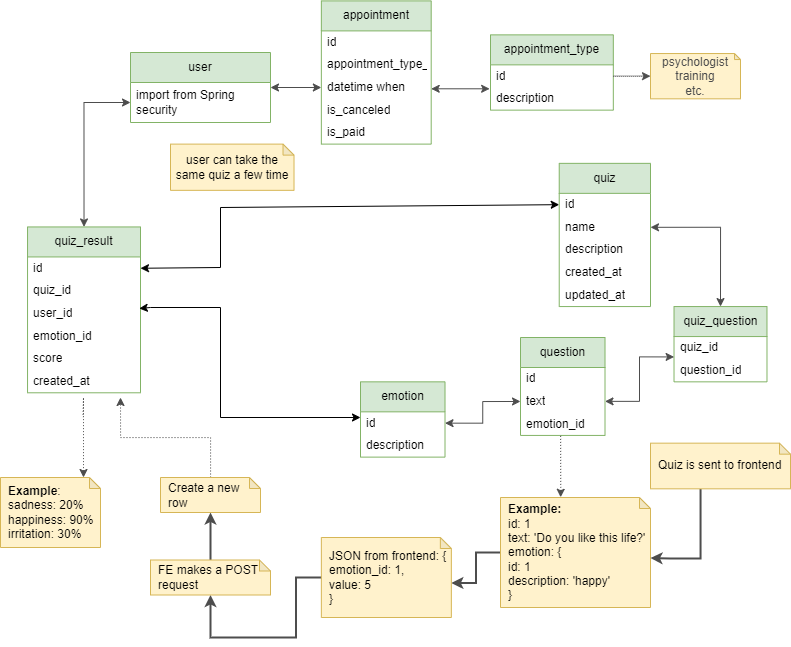
This is docs/test_diagram.drawio.png from emotional-help-competition/backend, a draw.io export, as it was before one commit. Source tidied: cells renumbered, new cells last; positions are measured from the earlier drawing's top-left corner, leaving out a move shared by most shapes.
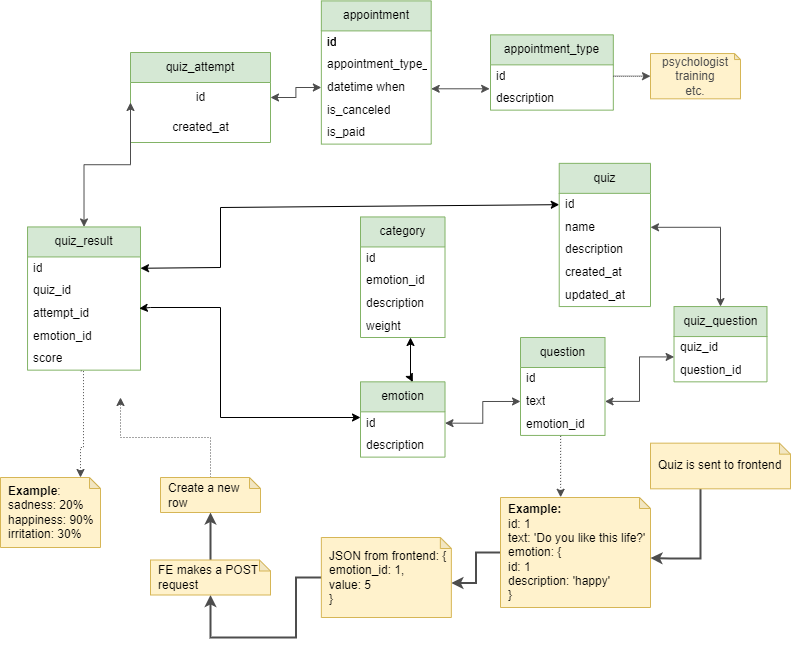
Later version of the same file.

Change to the diagram source:
```diff
@@ -2,12 +2,15 @@
   <root>
     <mxCell id="0" />
     <mxCell id="1" parent="0" />
-    <mxCell id="2" value="user" style="swimlane;fontStyle=0;horizontal=1;startSize=30;whiteSpace=wrap;html=1;fillColor=#d5e8d4;strokeColor=#82b366;" parent="1" vertex="1">
-      <mxGeometry x="130" y="52" width="140" height="70" as="geometry" />
+    <mxCell id="2" value="quiz_attempt" style="swimlane;fontStyle=0;horizontal=1;startSize=30;whiteSpace=wrap;html=1;fillColor=#d5e8d4;strokeColor=#82b366;" parent="1" vertex="1">
+      <mxGeometry x="130" y="52" width="140" height="90" as="geometry" />
     </mxCell>
-    <mxCell id="3" value="import from Spring security" style="text;strokeColor=none;fillColor=none;align=left;verticalAlign=middle;spacingLeft=4;spacingRight=4;overflow=hidden;points=[[0,0.5],[1,0.5]];portConstraint=eastwest;whiteSpace=wrap;html=1;" parent="2" vertex="1">
-      <mxGeometry y="30" width="140" height="40" as="geometry" />
-    </mxCell>
+    <mxCell id="60" value="id" style="text;html=1;align=center;verticalAlign=middle;strokeColor=none;fillColor=none;" parent="2" vertex="1">
+      <mxGeometry y="30" width="140" height="30" as="geometry" />
+    </mxCell>
+    <mxCell id="46" value="created_at" style="text;html=1;align=center;verticalAlign=middle;strokeColor=none;fillColor=none;" parent="2" vertex="1">
+      <mxGeometry y="60" width="140" height="30" as="geometry" />
+    </mxCell>
     <mxCell id="4" value="appointment" style="swimlane;fontStyle=0;horizontal=1;startSize=30;whiteSpace=wrap;html=1;fillColor=#d5e8d4;strokeColor=#82b366;" parent="1" vertex="1">
       <mxGeometry x="320.8" y="0.4" width="109.9" height="143.2" as="geometry" />
     </mxCell>
@@ -98,8 +101,10 @@
     <mxCell id="33" style="edgeStyle=orthogonalEdgeStyle;rounded=0;jettySize=auto;html=1;exitX=1;exitY=0.5;exitDx=0;exitDy=0;entryX=0;entryY=0.5;entryDx=0;entryDy=0;startArrow=classic;startFill=1;strokeColor=#4D4D4D;" parent="1" edge="1" source="31" target="24">
       <mxGeometry relative="1" as="geometry" />
     </mxCell>
-    <mxCell id="34" style="edgeStyle=orthogonalEdgeStyle;rounded=0;jettySize=auto;html=1;entryX=0.5;entryY=0;entryDx=0;entryDy=0;startArrow=classic;startFill=1;strokeColor=#4D4D4D;" parent="1" edge="1" source="3" target="40">
-      <mxGeometry relative="1" as="geometry" />
+    <mxCell id="34" style="edgeStyle=orthogonalEdgeStyle;rounded=0;jettySize=auto;html=1;entryX=0.5;entryY=0;entryDx=0;entryDy=0;startArrow=classic;startFill=1;strokeColor=#4D4D4D;" parent="1" edge="1" target="40">
+      <mxGeometry relative="1" as="geometry">
+        <mxPoint x="130" y="102" as="sourcePoint" />
+      </mxGeometry>
     </mxCell>
     <mxCell id="35" style="edgeStyle=orthogonalEdgeStyle;rounded=0;jettySize=auto;html=1;entryX=-0.007;entryY=0.057;entryDx=0;entryDy=0;entryPerimeter=0;startArrow=classic;startFill=1;exitX=1;exitY=0.557;exitDx=0;exitDy=0;exitPerimeter=0;strokeColor=#4D4D4D;" parent="1" edge="1" source="7" target="13">
       <mxGeometry relative="1" as="geometry" />
@@ -107,15 +112,12 @@
     <mxCell id="36" style="edgeStyle=orthogonalEdgeStyle;rounded=0;jettySize=auto;html=1;entryX=0.001;entryY=0.9;entryDx=0;entryDy=0;entryPerimeter=0;startArrow=classic;startFill=1;strokeColor=#4D4D4D;" parent="1" edge="1" source="24" target="27">
       <mxGeometry relative="1" as="geometry" />
     </mxCell>
-    <mxCell id="37" value="user can take the same quiz a few time" style="shape=note;whiteSpace=wrap;html=1;backgroundOutline=1;darkOpacity=0.05;size=11;spacingTop=0;fillColor=#fff2cc;strokeColor=#d6b656;" parent="1" vertex="1">
-      <mxGeometry x="170" y="143.6" width="123.5" height="46.2" as="geometry" />
-    </mxCell>
-    <mxCell id="38" style="edgeStyle=orthogonalEdgeStyle;rounded=0;jettySize=auto;html=1;dashed=1;dashPattern=1 2;strokeColor=#4D4D4D;fontSize=11;fontColor=#4D4D4D;startArrow=classic;startFill=1;endArrow=none;endFill=0;entryX=0.491;entryY=1.072;entryDx=0;entryDy=0;entryPerimeter=0;" parent="1" edge="1" source="39">
+    <mxCell id="38" style="edgeStyle=orthogonalEdgeStyle;rounded=0;jettySize=auto;html=1;dashed=1;dashPattern=1 2;strokeColor=#4D4D4D;fontSize=11;fontColor=#4D4D4D;startArrow=classic;startFill=1;endArrow=none;endFill=0;entryX=0.462;entryY=1.027;entryDx=0;entryDy=0;entryPerimeter=0;" parent="1" edge="1" source="39" target="45">
       <mxGeometry relative="1" as="geometry">
-        <mxPoint x="82.5" y="416.6" as="targetPoint" />
         <Array as="points">
-          <mxPoint x="83" y="397" />
-          <mxPoint x="83" y="397" />
+          <mxPoint x="80" y="447" />
+          <mxPoint x="83" y="447" />
+          <mxPoint x="83" y="370" />
         </Array>
       </mxGeometry>
     </mxCell>
@@ -123,7 +125,7 @@
       <mxGeometry y="477" width="100" height="70" as="geometry" />
     </mxCell>
     <mxCell id="40" value="quiz_result" style="swimlane;fontStyle=0;horizontal=1;startSize=30;whiteSpace=wrap;html=1;fillColor=#d5e8d4;strokeColor=#82b366;" parent="1" vertex="1">
-      <mxGeometry x="27" y="226.4" width="113" height="165.8" as="geometry" />
+      <mxGeometry x="27" y="226.4" width="113" height="143.2" as="geometry" />
     </mxCell>
     <mxCell id="41" value="id" style="text;strokeColor=none;fillColor=none;align=left;verticalAlign=middle;spacingLeft=4;spacingRight=4;overflow=hidden;points=[[0,0.5],[1,0.5]];portConstraint=eastwest;whiteSpace=wrap;html=1;" parent="40" vertex="1">
       <mxGeometry y="30" width="113" height="22.6" as="geometry" />
@@ -131,7 +133,7 @@
     <mxCell id="42" value="quiz_id" style="text;strokeColor=none;fillColor=none;align=left;verticalAlign=middle;spacingLeft=4;spacingRight=4;overflow=hidden;whiteSpace=wrap;html=1;" parent="40" vertex="1">
       <mxGeometry y="52.6" width="113" height="22.6" as="geometry" />
     </mxCell>
-    <mxCell id="43" value="user_id" style="text;strokeColor=none;fillColor=none;align=left;verticalAlign=middle;spacingLeft=4;spacingRight=4;overflow=hidden;points=[[0,0.5],[1,0.5]];portConstraint=eastwest;whiteSpace=wrap;html=1;" parent="40" vertex="1">
+    <mxCell id="43" value="attempt_id" style="text;strokeColor=none;fillColor=none;align=left;verticalAlign=middle;spacingLeft=4;spacingRight=4;overflow=hidden;points=[[0,0.5],[1,0.5]];portConstraint=eastwest;whiteSpace=wrap;html=1;" parent="40" vertex="1">
       <mxGeometry y="75.3" width="113" height="22.6" as="geometry" />
     </mxCell>
     <mxCell id="44" value="emotion_id" style="text;strokeColor=none;fillColor=none;align=left;verticalAlign=middle;spacingLeft=4;spacingRight=4;overflow=hidden;whiteSpace=wrap;html=1;" parent="40" vertex="1">
@@ -140,9 +142,6 @@
     <mxCell id="45" value="score" style="text;strokeColor=none;fillColor=none;align=left;verticalAlign=middle;spacingLeft=4;spacingRight=4;overflow=hidden;points=[[0,0.5],[1,0.5]];portConstraint=eastwest;whiteSpace=wrap;html=1;" parent="40" vertex="1">
       <mxGeometry y="120.6" width="113" height="22.6" as="geometry" />
     </mxCell>
-    <mxCell id="46" value="created_at" style="text;strokeColor=none;fillColor=none;align=left;verticalAlign=middle;spacingLeft=4;spacingRight=4;overflow=hidden;whiteSpace=wrap;html=1;" parent="40" vertex="1">
-      <mxGeometry y="143.2" width="113" height="22.6" as="geometry" />
-    </mxCell>
     <mxCell id="47" style="edgeStyle=orthogonalEdgeStyle;rounded=0;jettySize=auto;html=1;dashed=1;dashPattern=1 2;strokeColor=#4D4D4D;fontSize=11;fontColor=#4D4D4D;startArrow=classic;startFill=1;endArrow=none;endFill=0;exitX=0.401;exitY=-0.002;exitDx=0;exitDy=0;exitPerimeter=0;entryX=0.475;entryY=0.997;entryDx=0;entryDy=0;entryPerimeter=0;" parent="1" edge="1" source="49" target="25">
       <mxGeometry relative="1" as="geometry">
         <Array as="points">
@@ -210,5 +209,31 @@
         </Array>
       </mxGeometry>
     </mxCell>
+    <mxCell id="61" value="id" style="text;strokeColor=none;fillColor=none;align=left;verticalAlign=middle;spacingLeft=4;spacingRight=4;overflow=hidden;whiteSpace=wrap;html=1;" parent="1" vertex="1">
+      <mxGeometry x="320.8" y="30.4" width="109.9" height="22.6" as="geometry" />
+    </mxCell>
+    <mxCell id="62" value="category" style="swimlane;fontStyle=0;horizontal=1;startSize=30;whiteSpace=wrap;html=1;fillColor=#d5e8d4;strokeColor=#82b366;" parent="1" vertex="1">
+      <mxGeometry x="360" y="216.4" width="84.5" height="120.6" as="geometry" />
+    </mxCell>
+    <mxCell id="63" value="id" style="text;strokeColor=none;fillColor=none;align=left;verticalAlign=middle;spacingLeft=4;spacingRight=4;overflow=hidden;whiteSpace=wrap;html=1;" parent="62" vertex="1">
+      <mxGeometry y="30" width="84.5" height="22.6" as="geometry" />
+    </mxCell>
+    <mxCell id="64" value="emotion_id" style="text;strokeColor=none;fillColor=none;align=left;verticalAlign=middle;spacingLeft=4;spacingRight=4;overflow=hidden;whiteSpace=wrap;html=1;" parent="62" vertex="1">
+      <mxGeometry y="52.6" width="84.5" height="22.6" as="geometry" />
+    </mxCell>
+    <mxCell id="65" value="description" style="text;strokeColor=none;fillColor=none;align=left;verticalAlign=middle;spacingLeft=4;spacingRight=4;overflow=hidden;whiteSpace=wrap;html=1;" parent="62" vertex="1">
+      <mxGeometry y="75.3" width="84.5" height="22.6" as="geometry" />
+    </mxCell>
+    <mxCell id="66" value="weight" style="text;strokeColor=none;fillColor=none;align=left;verticalAlign=middle;spacingLeft=4;spacingRight=4;overflow=hidden;whiteSpace=wrap;html=1;" parent="62" vertex="1">
+      <mxGeometry y="97.9" width="84.5" height="22.6" as="geometry" />
+    </mxCell>
+    <mxCell id="67" style="endArrow=classic;startArrow=classic;html=1;rounded=0;exitX=0.619;exitY=0.003;exitDx=0;exitDy=0;exitPerimeter=0;" parent="1" edge="1" source="30">
+      <mxGeometry relative="1" as="geometry">
+        <mxPoint x="410" y="337" as="targetPoint" />
+        <Array as="points">
+          <mxPoint x="410" y="377" />
+        </Array>
+      </mxGeometry>
+    </mxCell>
   </root>
 </mxGraphModel>
```
